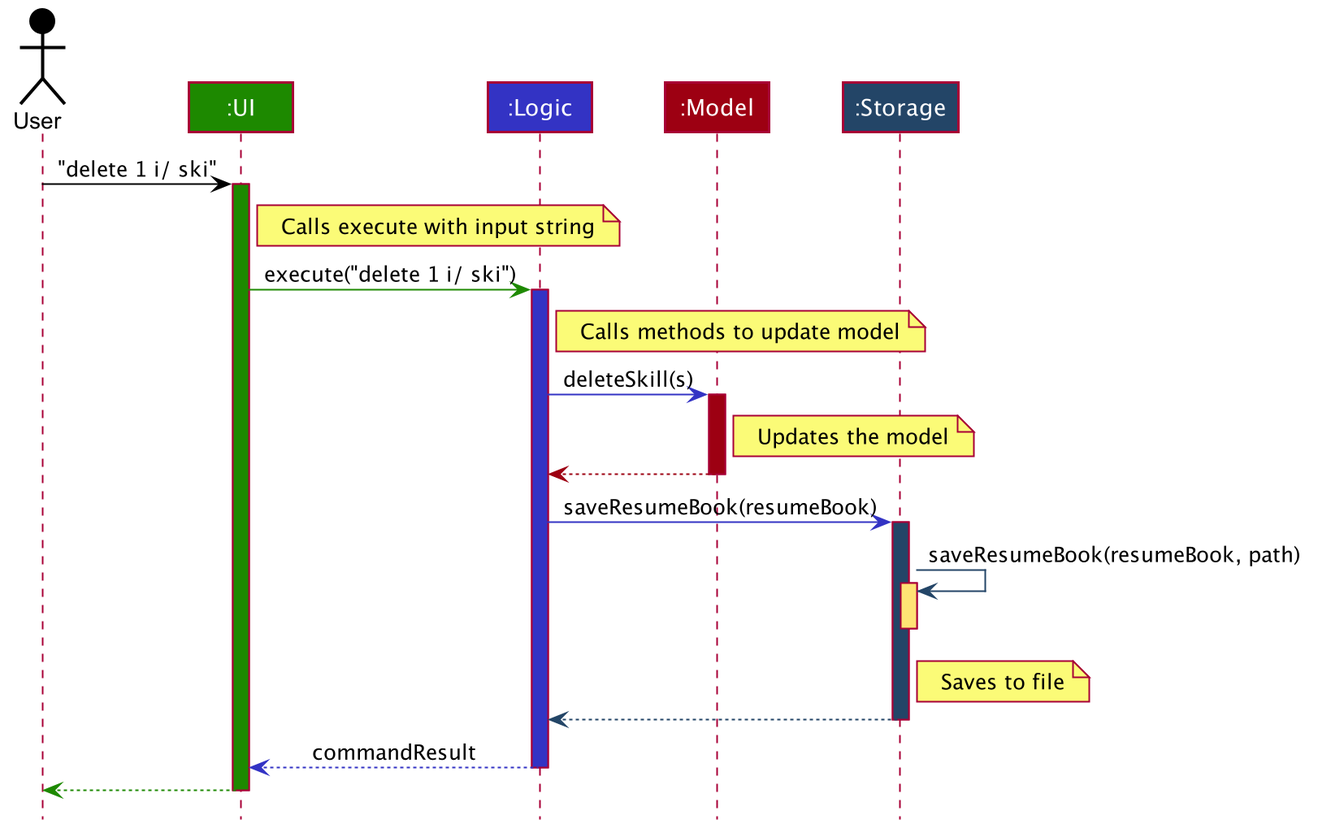
Above: docs/images/ArchitectureSequenceDiagram.png in wardetu/main (PlantUML), before the change.
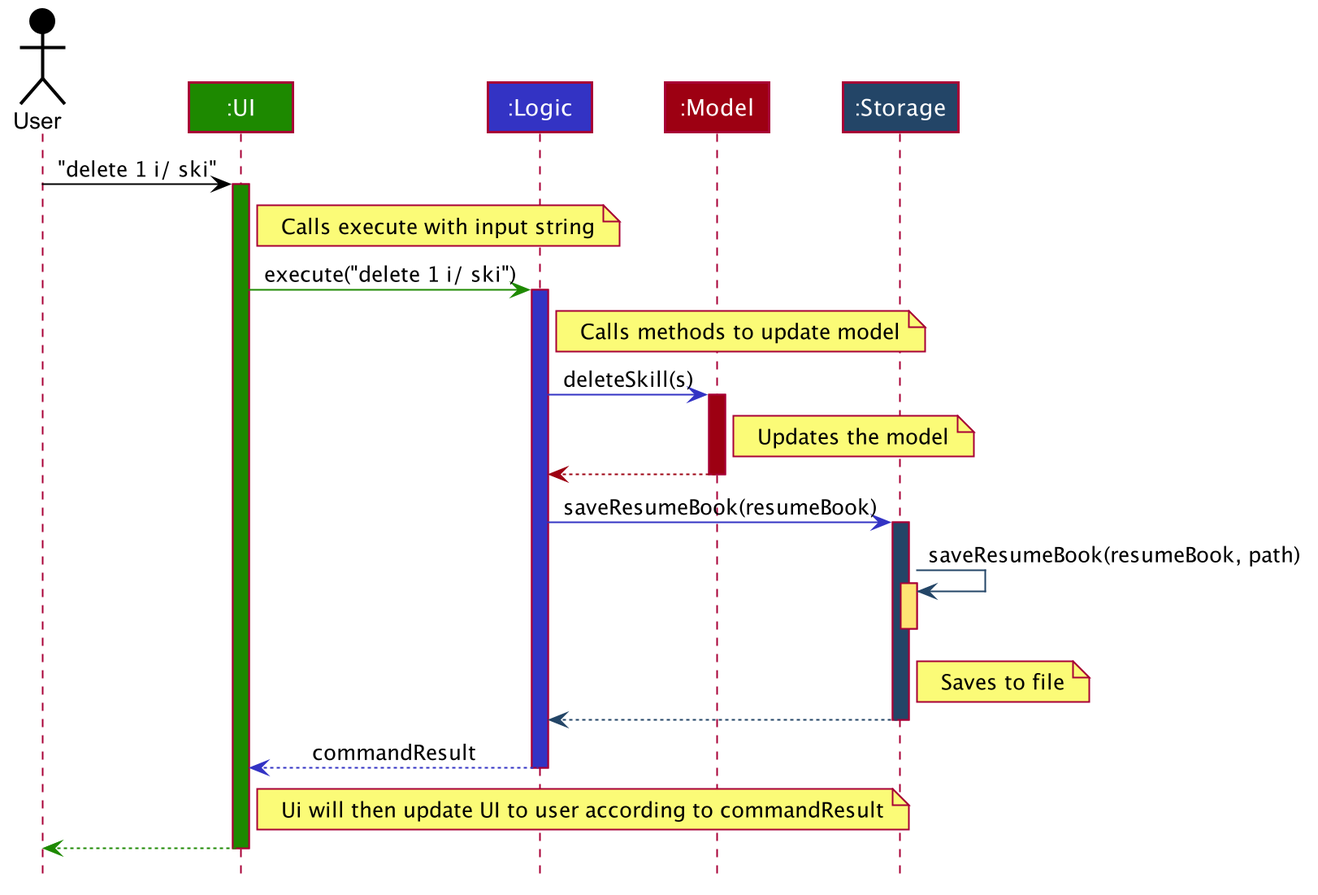
Above is the later version.

The edit, as a diff of the source:
```diff
@@ -46,7 +46,7 @@
 skinparam packageStyle Rectangle
 
 hide footbox
-hide members
+hide methods
 hide circle
 
 Actor User as user #000000
@@ -84,6 +84,8 @@
 logic --[#3333C4]> ui: commandResult
 deactivate logic
 
+note right of ui: Ui will then update UI to user according to commandResult
+
 ui--[#1D8900]> user
 deactivate ui
 @enduml
```
